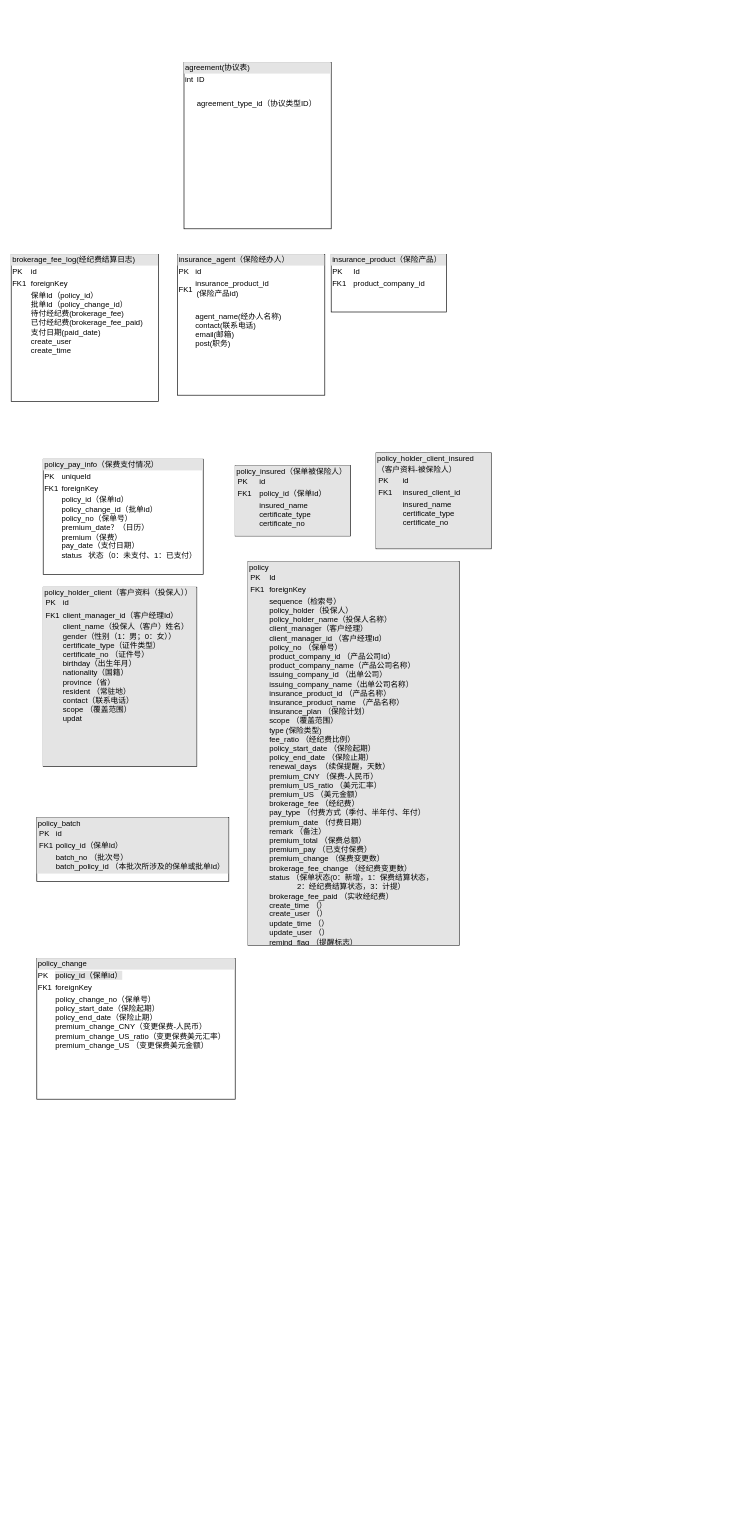
Before: page "Page-1" (1 of 2) of Untitled Diagram.drawio in bingsenxie/mytest, a draw.io diagram. Source tidied: cells renumbered, new cells numbered last; positions are measured from the earlier drawing's top-left corner, leaving out a move shared by most shapes. Both pictures are drawn from the tidied source at 64%, with x=0, y=0 at pixel (11, 62).
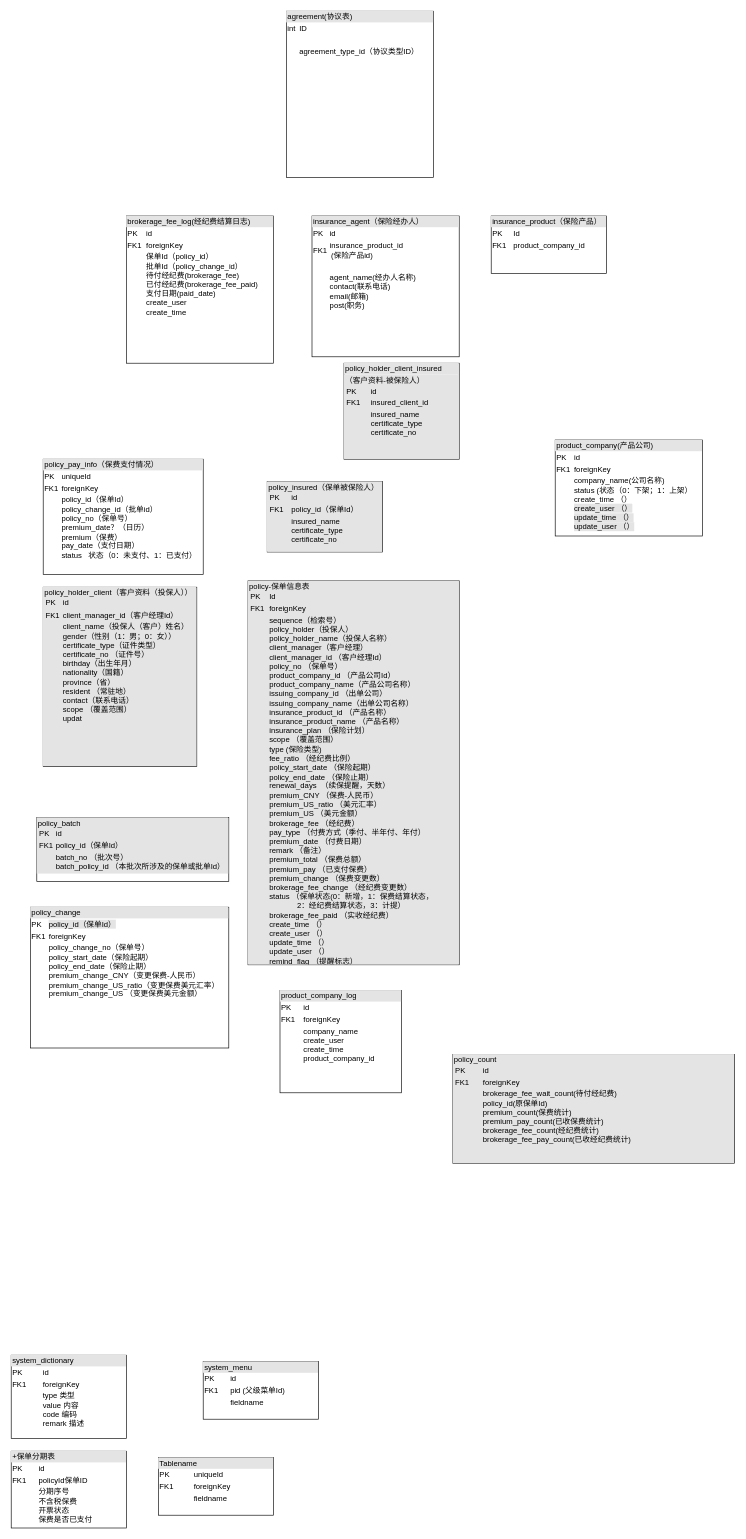
The same diagram, later.

Diff of the diagram source:
```diff
@@
 <mxGraphModel>
   <root>
     <mxCell id="0" />
     <mxCell id="1" parent="0" />
     <mxCell id="2" value="&lt;div style=&quot;box-sizing: border-box ; width: 100% ; background: #e4e4e4 ; padding: 2px&quot;&gt;agreement(协议表)&lt;/div&gt;&lt;table style=&quot;width: 100% ; font-size: 1em&quot; cellpadding=&quot;2&quot; cellspacing=&quot;0&quot;&gt;&lt;tbody&gt;&lt;tr&gt;&lt;td&gt;int&lt;/td&gt;&lt;td&gt;ID&lt;/td&gt;&lt;/tr&gt;&lt;tr&gt;&lt;td&gt;&lt;br&gt;&lt;/td&gt;&lt;td&gt;&lt;br&gt;&lt;/td&gt;&lt;/tr&gt;&lt;tr&gt;&lt;td&gt;&lt;/td&gt;&lt;td&gt;agreement_type_id（协议类型ID）&lt;br&gt;&lt;br&gt;&lt;/td&gt;&lt;/tr&gt;&lt;/tbody&gt;&lt;/table&gt;" style="verticalAlign=top;align=left;overflow=fill;html=1;" parent="1" vertex="1">
-      <mxGeometry x="270" width="230" height="260" as="geometry" />
+      <mxGeometry x="430" y="-80" width="230" height="260" as="geometry" />
     </mxCell>
     <mxCell id="3" value="&lt;div style=&quot;box-sizing: border-box ; width: 100% ; background: #e4e4e4 ; padding: 2px&quot;&gt;brokerage_fee_log(经纪费结算日志)&lt;/div&gt;&lt;table style=&quot;width: 100% ; font-size: 1em&quot; cellpadding=&quot;2&quot; cellspacing=&quot;0&quot;&gt;&lt;tbody&gt;&lt;tr&gt;&lt;td&gt;PK&lt;/td&gt;&lt;td&gt;id&lt;/td&gt;&lt;/tr&gt;&lt;tr&gt;&lt;td&gt;FK1&lt;/td&gt;&lt;td&gt;foreignKey&lt;/td&gt;&lt;/tr&gt;&lt;tr&gt;&lt;td&gt;&lt;/td&gt;&lt;td&gt;保单Id（policy_id）&lt;br&gt;批单Id（policy_change_id）&lt;br&gt;待付经纪费(brokerage_fee)&lt;br&gt;已付经纪费(brokerage_fee_paid)&lt;br&gt;支付日期(paid_date)&lt;br&gt;create_user&lt;br&gt;create_time&lt;br&gt;&lt;br&gt;&lt;/td&gt;&lt;/tr&gt;&lt;/tbody&gt;&lt;/table&gt;" style="verticalAlign=top;align=left;overflow=fill;html=1;" parent="1" vertex="1">
-      <mxGeometry y="300" width="230" height="230" as="geometry" />
+      <mxGeometry x="180" y="240" width="230" height="230" as="geometry" />
     </mxCell>
     <mxCell id="4" value="&lt;div style=&quot;box-sizing: border-box ; width: 100% ; background: #e4e4e4 ; padding: 2px&quot;&gt;insurance_agent（保险经办人）&lt;br&gt;&lt;/div&gt;&lt;table style=&quot;width: 100% ; font-size: 1em&quot; cellpadding=&quot;2&quot; cellspacing=&quot;0&quot;&gt;&lt;tbody&gt;&lt;tr&gt;&lt;td&gt;PK&lt;/td&gt;&lt;td&gt;id&lt;br&gt;&lt;/td&gt;&lt;/tr&gt;&lt;tr&gt;&lt;td&gt;FK1&lt;/td&gt;&lt;td&gt;insurance_product_id&lt;table cellpadding=&quot;2&quot; cellspacing=&quot;0&quot; style=&quot;font-size: 1em ; width: 230px&quot;&gt;&lt;tbody&gt;&lt;tr&gt;&lt;td&gt;(保险产品id)&lt;/td&gt;&lt;/tr&gt;&lt;/tbody&gt;&lt;/table&gt;&lt;/td&gt;&lt;/tr&gt;&lt;tr&gt;&lt;td&gt;&lt;br&gt;&lt;/td&gt;&lt;td&gt;&lt;br&gt;agent_name(经办人名称)&lt;br&gt;contact(联系电话)&lt;br&gt;email(邮箱)&lt;br&gt;post(职务)&lt;br&gt;&lt;br&gt;&lt;/td&gt;&lt;/tr&gt;&lt;/tbody&gt;&lt;/table&gt;" style="verticalAlign=top;align=left;overflow=fill;html=1;" parent="1" vertex="1">
-      <mxGeometry x="260" y="300" width="230" height="220" as="geometry" />
+      <mxGeometry x="470" y="240" width="230" height="220" as="geometry" />
     </mxCell>
     <mxCell id="5" value="&lt;div style=&quot;box-sizing: border-box ; width: 100% ; background: #e4e4e4 ; padding: 2px&quot;&gt;insurance_product（保险产品）&lt;br&gt;&lt;/div&gt;&lt;table style=&quot;width: 100% ; font-size: 1em&quot; cellpadding=&quot;2&quot; cellspacing=&quot;0&quot;&gt;&lt;tbody&gt;&lt;tr&gt;&lt;td&gt;PK&lt;/td&gt;&lt;td&gt;Id&lt;/td&gt;&lt;/tr&gt;&lt;tr&gt;&lt;td&gt;FK1&lt;/td&gt;&lt;td&gt;product_company_id&lt;/td&gt;&lt;/tr&gt;&lt;tr&gt;&lt;td&gt;&lt;/td&gt;&lt;td&gt;&lt;br&gt;&lt;br&gt;&lt;/td&gt;&lt;/tr&gt;&lt;/tbody&gt;&lt;/table&gt;" style="verticalAlign=top;align=left;overflow=fill;html=1;" parent="1" vertex="1">
-      <mxGeometry x="500" y="300" width="180" height="90" as="geometry" />
+      <mxGeometry x="750" y="240" width="180" height="90" as="geometry" />
     </mxCell>
     <mxCell id="6" value="&lt;div style=&quot;box-sizing: border-box ; width: 100% ; background: #e4e4e4 ; padding: 2px&quot;&gt;policy_pay_info（保费支付情况）&lt;br&gt;&lt;/div&gt;&lt;table style=&quot;width: 100% ; font-size: 1em&quot; cellpadding=&quot;2&quot; cellspacing=&quot;0&quot;&gt;&lt;tbody&gt;&lt;tr&gt;&lt;td&gt;PK&lt;/td&gt;&lt;td&gt;uniqueId&lt;/td&gt;&lt;/tr&gt;&lt;tr&gt;&lt;td&gt;FK1&lt;/td&gt;&lt;td&gt;foreignKey&lt;br&gt;&lt;/td&gt;&lt;/tr&gt;&lt;tr&gt;&lt;td&gt;&lt;br&gt;&lt;/td&gt;&lt;td&gt;policy_id（保单Id）&lt;br&gt;policy_change_id（批单id）&lt;br&gt;policy_no（保单号）&lt;br&gt;premium_date？（日历）&lt;br&gt;premium（保费）&lt;br&gt;pay_date（支付日期）&lt;br&gt;status&amp;nbsp; &amp;nbsp;状态（0：未支付、1：已支付）&lt;br&gt;&lt;br&gt;&lt;/td&gt;&lt;/tr&gt;&lt;/tbody&gt;&lt;/table&gt;" style="verticalAlign=top;align=left;overflow=fill;html=1;" parent="1" vertex="1">
       <mxGeometry x="50" y="620" width="250" height="180" as="geometry" />
     </mxCell>
     <mxCell id="7" value="&lt;div style=&quot;box-sizing: border-box ; width: 100% ; background: #e4e4e4 ; padding: 2px&quot;&gt;policy_insured（保单被保险人）&lt;table cellpadding=&quot;2&quot; cellspacing=&quot;0&quot; style=&quot;font-size: 1em ; width: 100%&quot;&gt;&lt;tbody&gt;&lt;tr&gt;&lt;td&gt;PK&lt;/td&gt;&lt;td&gt;id&lt;/td&gt;&lt;/tr&gt;&lt;tr&gt;&lt;td&gt;FK1&lt;/td&gt;&lt;td&gt;policy_id（保单Id）&lt;br&gt;&lt;/td&gt;&lt;/tr&gt;&lt;tr&gt;&lt;td&gt;&lt;/td&gt;&lt;td&gt;insured_name&lt;br&gt;certificate_type&lt;br&gt;certificate_no&lt;br&gt;&lt;br&gt;&lt;/td&gt;&lt;/tr&gt;&lt;/tbody&gt;&lt;/table&gt;&lt;/div&gt;" style="verticalAlign=top;align=left;overflow=fill;html=1;" parent="1" vertex="1">
-      <mxGeometry x="350" y="630" width="180" height="110" as="geometry" />
+      <mxGeometry x="400" y="655" width="180" height="110" as="geometry" />
     </mxCell>
     <mxCell id="8" value="&lt;div style=&quot;box-sizing: border-box ; width: 100% ; background: #e4e4e4 ; padding: 2px&quot;&gt;policy_holder_client_insured&lt;/div&gt;&lt;div style=&quot;box-sizing: border-box ; width: 100% ; background: #e4e4e4 ; padding: 2px&quot;&gt;（客户资料-被保险人）&lt;table cellpadding=&quot;2&quot; cellspacing=&quot;0&quot; style=&quot;font-size: 1em ; width: 100%&quot;&gt;&lt;tbody&gt;&lt;tr&gt;&lt;td&gt;PK&lt;/td&gt;&lt;td&gt;id&lt;/td&gt;&lt;/tr&gt;&lt;tr&gt;&lt;td&gt;FK1&lt;/td&gt;&lt;td&gt;insured_client_id&lt;br&gt;&lt;/td&gt;&lt;/tr&gt;&lt;tr&gt;&lt;td&gt;&lt;/td&gt;&lt;td&gt;insured_name&lt;br&gt;certificate_type&lt;br&gt;certificate_no&lt;br&gt;&lt;br&gt;&lt;br&gt;&lt;/td&gt;&lt;/tr&gt;&lt;/tbody&gt;&lt;/table&gt;&lt;/div&gt;" style="verticalAlign=top;align=left;overflow=fill;html=1;" parent="1" vertex="1">
-      <mxGeometry x="570" y="610" width="180" height="150" as="geometry" />
+      <mxGeometry x="520" y="470" width="180" height="150" as="geometry" />
     </mxCell>
     <mxCell id="9" value="&lt;div style=&quot;box-sizing: border-box ; width: 100% ; background: #e4e4e4 ; padding: 2px&quot;&gt;policy_holder_client（客户资料（投保人））&lt;table cellpadding=&quot;2&quot; cellspacing=&quot;0&quot; style=&quot;font-size: 1em ; width: 100%&quot;&gt;&lt;tbody&gt;&lt;tr&gt;&lt;td&gt;PK&lt;/td&gt;&lt;td&gt;id&lt;/td&gt;&lt;/tr&gt;&lt;tr&gt;&lt;td&gt;FK1&lt;/td&gt;&lt;td&gt;client_manager_id（客户经理Id）&lt;br&gt;&lt;/td&gt;&lt;/tr&gt;&lt;tr&gt;&lt;td&gt;&lt;/td&gt;&lt;td&gt;client_name（投保人（客户）姓名）&lt;br&gt;gender（性别（1：男；0：女））&lt;br&gt;certificate_type（证件类型）&lt;br&gt;certificate_no （证件号）&lt;br&gt;birthday（出生年月）&lt;br&gt;nationality（国籍）&lt;br&gt;province（省）&lt;br&gt;resident （常驻地）&lt;br&gt;contact（联系电话）&lt;br&gt;scope （覆盖范围）&lt;br&gt;updat&lt;br&gt;&lt;br&gt;&lt;br&gt;&lt;br&gt;&lt;br&gt;&lt;br&gt;&lt;br&gt;&lt;br&gt;&lt;br&gt;&lt;/td&gt;&lt;/tr&gt;&lt;/tbody&gt;&lt;/table&gt;&lt;/div&gt;" style="verticalAlign=top;align=left;overflow=fill;html=1;" parent="1" vertex="1">
       <mxGeometry x="50" y="820" width="240" height="280" as="geometry" />
     </mxCell>
-    <mxCell id="10" value="&lt;div style=&quot;box-sizing: border-box ; width: 100% ; background: #e4e4e4 ; padding: 2px&quot;&gt;policy&lt;table cellpadding=&quot;2&quot; cellspacing=&quot;0&quot; style=&quot;font-size: 1em ; width: 100%&quot;&gt;&lt;tbody&gt;&lt;tr&gt;&lt;td&gt;PK&lt;/td&gt;&lt;td&gt;Id&lt;/td&gt;&lt;/tr&gt;&lt;tr&gt;&lt;td&gt;FK1&lt;/td&gt;&lt;td&gt;foreignKey&lt;/td&gt;&lt;/tr&gt;&lt;tr&gt;&lt;td&gt;&lt;/td&gt;&lt;td&gt;sequence（检索号）&lt;br&gt;policy_holder（投保人）&lt;br&gt;policy_holder_name（投保人名称）&lt;br&gt;client_manager（客户经理）&lt;br&gt;client_manager_id （客户经理Id）&lt;br&gt;policy_no （保单号）&lt;br&gt;product_company_id （产品公司Id）&lt;br&gt;product_company_name（产品公司名称）&lt;br&gt;issuing_company_id （出单公司）&lt;br&gt;issuing_company_name（出单公司名称）&lt;br&gt;insurance_product_id （产品名称）&lt;br&gt;insurance_product_name （产品名称）&lt;br&gt;insurance_plan （保险计划）&lt;br&gt;scope （覆盖范围）&lt;br&gt;type (保险类型)&lt;br&gt;fee_ratio （经纪费比例）&lt;br&gt;policy_start_date （保险起期）&lt;br&gt;policy_end_date （保险止期）&lt;br&gt;renewal_days&amp;nbsp; （续保提醒，天数）&lt;br&gt;premium_CNY （保费-人民币）&lt;br&gt;premium_US_ratio （美元汇率）&lt;br&gt;premium_US （美元金额）&lt;br&gt;brokerage_fee （经纪费）&lt;br&gt;pay_type （付费方式（季付、半年付、年付）&lt;br&gt;premium_date （付费日期）&lt;br&gt;remark （备注）&lt;br&gt;premium_total （保费总额）&lt;br&gt;premium_pay （已支付保费）&lt;br&gt;premium_change （保费变更数）&lt;br&gt;brokerage_fee_change （经纪费变更数）&lt;br&gt;status （保单状态(0：新增，1：保费结算状态，&lt;br&gt;&amp;nbsp; &amp;nbsp; &amp;nbsp; &amp;nbsp; &amp;nbsp; &amp;nbsp; &amp;nbsp;2：经纪费结算状态，3：计提）&lt;br&gt;brokerage_fee_paid （实收经纪费）&lt;br&gt;create_time （）&lt;br&gt;create_user （）&lt;br&gt;update_time （）&lt;br&gt;update_user （）&lt;br&gt;remind_flag （提醒标志）&lt;br&gt;&lt;br&gt;&lt;br&gt;&lt;br&gt;&lt;br&gt;&lt;br&gt;&lt;/td&gt;&lt;/tr&gt;&lt;/tbody&gt;&lt;/table&gt;&lt;/div&gt;" style="verticalAlign=top;align=left;overflow=fill;html=1;" parent="1" vertex="1">
-      <mxGeometry x="370" y="780" width="330" height="600" as="geometry" />
+    <mxCell id="10" value="&lt;div style=&quot;box-sizing: border-box ; width: 100% ; background: #e4e4e4 ; padding: 2px&quot;&gt;policy-保单信息表&lt;table cellpadding=&quot;2&quot; cellspacing=&quot;0&quot; style=&quot;font-size: 1em ; width: 100%&quot;&gt;&lt;tbody&gt;&lt;tr&gt;&lt;td&gt;PK&lt;/td&gt;&lt;td&gt;Id&lt;/td&gt;&lt;/tr&gt;&lt;tr&gt;&lt;td&gt;FK1&lt;/td&gt;&lt;td&gt;foreignKey&lt;/td&gt;&lt;/tr&gt;&lt;tr&gt;&lt;td&gt;&lt;/td&gt;&lt;td&gt;sequence（检索号）&lt;br&gt;policy_holder（投保人）&lt;br&gt;policy_holder_name（投保人名称）&lt;br&gt;client_manager（客户经理）&lt;br&gt;client_manager_id （客户经理Id）&lt;br&gt;policy_no （保单号）&lt;br&gt;product_company_id （产品公司Id）&lt;br&gt;product_company_name（产品公司名称）&lt;br&gt;issuing_company_id （出单公司）&lt;br&gt;issuing_company_name（出单公司名称）&lt;br&gt;insurance_product_id （产品名称）&lt;br&gt;insurance_product_name （产品名称）&lt;br&gt;insurance_plan （保险计划）&lt;br&gt;scope （覆盖范围）&lt;br&gt;type (保险类型)&lt;br&gt;fee_ratio （经纪费比例）&lt;br&gt;policy_start_date （保险起期）&lt;br&gt;policy_end_date （保险止期）&lt;br&gt;renewal_days&amp;nbsp; （续保提醒，天数）&lt;br&gt;premium_CNY （保费-人民币）&lt;br&gt;premium_US_ratio （美元汇率）&lt;br&gt;premium_US （美元金额）&lt;br&gt;brokerage_fee （经纪费）&lt;br&gt;pay_type （付费方式（季付、半年付、年付）&lt;br&gt;premium_date （付费日期）&lt;br&gt;remark （备注）&lt;br&gt;premium_total （保费总额）&lt;br&gt;premium_pay （已支付保费）&lt;br&gt;premium_change （保费变更数）&lt;br&gt;brokerage_fee_change （经纪费变更数）&lt;br&gt;status （保单状态(0：新增，1：保费结算状态，&lt;br&gt;&amp;nbsp; &amp;nbsp; &amp;nbsp; &amp;nbsp; &amp;nbsp; &amp;nbsp; &amp;nbsp;2：经纪费结算状态，3：计提）&lt;br&gt;brokerage_fee_paid （实收经纪费）&lt;br&gt;create_time （）&lt;br&gt;create_user （）&lt;br&gt;update_time （）&lt;br&gt;update_user （）&lt;br&gt;remind_flag （提醒标志）&lt;br&gt;&lt;br&gt;&lt;br&gt;&lt;br&gt;&lt;br&gt;&lt;br&gt;&lt;/td&gt;&lt;/tr&gt;&lt;/tbody&gt;&lt;/table&gt;&lt;/div&gt;" style="verticalAlign=top;align=left;overflow=fill;html=1;" parent="1" vertex="1">
+      <mxGeometry x="370" y="810" width="330" height="600" as="geometry" />
     </mxCell>
     <mxCell id="11" value="&lt;div style=&quot;box-sizing: border-box ; width: 100% ; background: #e4e4e4 ; padding: 2px&quot;&gt;policy_batch&lt;table cellpadding=&quot;2&quot; cellspacing=&quot;0&quot; style=&quot;font-size: 1em ; width: 100%&quot;&gt;&lt;tbody&gt;&lt;tr&gt;&lt;td&gt;PK&lt;/td&gt;&lt;td&gt;id&lt;/td&gt;&lt;/tr&gt;&lt;tr&gt;&lt;td&gt;FK1&lt;/td&gt;&lt;td&gt;policy_id（保单Id）&lt;br&gt;&lt;/td&gt;&lt;/tr&gt;&lt;tr&gt;&lt;td&gt;&lt;/td&gt;&lt;td&gt;batch_no （批次号）&lt;br&gt;batch_policy_id （本批次所涉及的保单或批单Id）&lt;br&gt;&lt;/td&gt;&lt;/tr&gt;&lt;/tbody&gt;&lt;/table&gt;&lt;/div&gt;" style="verticalAlign=top;align=left;overflow=fill;html=1;" parent="1" vertex="1">
       <mxGeometry x="40" y="1180" width="300" height="100" as="geometry" />
     </mxCell>
     <mxCell id="12" value="&lt;div style=&quot;box-sizing: border-box ; width: 100% ; background: #e4e4e4 ; padding: 2px&quot;&gt;policy_change&lt;br&gt;&lt;/div&gt;&lt;table style=&quot;width: 100% ; font-size: 1em&quot; cellpadding=&quot;2&quot; cellspacing=&quot;0&quot;&gt;&lt;tbody&gt;&lt;tr&gt;&lt;td&gt;PK&lt;/td&gt;&lt;td&gt;&lt;span style=&quot;background-color: rgb(228 , 228 , 228)&quot;&gt;policy_id（保单Id）&lt;/span&gt;&lt;br&gt;&lt;/td&gt;&lt;/tr&gt;&lt;tr&gt;&lt;td&gt;FK1&lt;/td&gt;&lt;td&gt;foreignKey&lt;/td&gt;&lt;/tr&gt;&lt;tr&gt;&lt;td&gt;&lt;/td&gt;&lt;td&gt;policy_change_no（保单号）&lt;br&gt;policy_start_date（保险起期）&lt;br&gt;policy_end_date（保险止期）&lt;br&gt;premium_change_CNY（变更保费-人民币）&lt;br&gt;premium_change_US_ratio（变更保费美元汇率）&lt;br&gt;premium_change_US （变更保费美元金额）&lt;br&gt;&lt;/td&gt;&lt;/tr&gt;&lt;/tbody&gt;&lt;/table&gt;" style="verticalAlign=top;align=left;overflow=fill;html=1;" parent="1" vertex="1">
-      <mxGeometry x="40" y="1400" width="310" height="220" as="geometry" />
+      <mxGeometry x="30" y="1320" width="310" height="220" as="geometry" />
     </mxCell>
+    <mxCell id="13" value="&lt;div style=&quot;box-sizing: border-box ; width: 100% ; background: #e4e4e4 ; padding: 2px&quot;&gt;product_company(产品公司)&lt;/div&gt;&lt;table style=&quot;width: 100% ; font-size: 1em&quot; cellpadding=&quot;2&quot; cellspacing=&quot;0&quot;&gt;&lt;tbody&gt;&lt;tr&gt;&lt;td&gt;PK&lt;/td&gt;&lt;td&gt;id&lt;/td&gt;&lt;/tr&gt;&lt;tr&gt;&lt;td&gt;FK1&lt;/td&gt;&lt;td&gt;foreignKey&lt;/td&gt;&lt;/tr&gt;&lt;tr&gt;&lt;td&gt;&lt;/td&gt;&lt;td&gt;company_name(公司名称)&lt;br&gt;status (状态（0：下架；1：上架）&lt;br&gt;create_time （）&lt;br style=&quot;background-color: rgb(228 , 228 , 228)&quot;&gt;&lt;span style=&quot;background-color: rgb(228 , 228 , 228)&quot;&gt;create_user （）&lt;/span&gt;&lt;br style=&quot;background-color: rgb(228 , 228 , 228)&quot;&gt;&lt;span style=&quot;background-color: rgb(228 , 228 , 228)&quot;&gt;update_time （）&lt;/span&gt;&lt;br style=&quot;background-color: rgb(228 , 228 , 228)&quot;&gt;&lt;span style=&quot;background-color: rgb(228 , 228 , 228)&quot;&gt;update_user （）&lt;/span&gt;&lt;br&gt;&lt;/td&gt;&lt;/tr&gt;&lt;/tbody&gt;&lt;/table&gt;" style="verticalAlign=top;align=left;overflow=fill;html=1;" parent="1" vertex="1">
+      <mxGeometry x="850" y="590" width="230" height="150" as="geometry" />
+    </mxCell>
+    <mxCell id="14" value="&lt;div style=&quot;box-sizing: border-box ; width: 100% ; background: #e4e4e4 ; padding: 2px&quot;&gt;product_company_log&lt;br&gt;&lt;/div&gt;&lt;table style=&quot;width: 100% ; font-size: 1em&quot; cellpadding=&quot;2&quot; cellspacing=&quot;0&quot;&gt;&lt;tbody&gt;&lt;tr&gt;&lt;td&gt;PK&lt;/td&gt;&lt;td&gt;id&lt;/td&gt;&lt;/tr&gt;&lt;tr&gt;&lt;td&gt;FK1&lt;/td&gt;&lt;td&gt;foreignKey&lt;/td&gt;&lt;/tr&gt;&lt;tr&gt;&lt;td&gt;&lt;/td&gt;&lt;td&gt;company_name&lt;br&gt;create_user&lt;br&gt;create_time&lt;br&gt;product_company_id&lt;br&gt;&lt;br&gt;&lt;/td&gt;&lt;/tr&gt;&lt;/tbody&gt;&lt;/table&gt;" style="verticalAlign=top;align=left;overflow=fill;html=1;" parent="1" vertex="1">
+      <mxGeometry x="420" y="1450" width="190" height="160" as="geometry" />
+    </mxCell>
+    <mxCell id="15" value="&lt;div style=&quot;box-sizing: border-box ; width: 100% ; background: #e4e4e4 ; padding: 2px&quot;&gt;policy_count&lt;table cellpadding=&quot;2&quot; cellspacing=&quot;0&quot; style=&quot;font-size: 1em ; width: 100%&quot;&gt;&lt;tbody&gt;&lt;tr&gt;&lt;td&gt;PK&lt;/td&gt;&lt;td&gt;id&lt;/td&gt;&lt;/tr&gt;&lt;tr&gt;&lt;td&gt;FK1&lt;/td&gt;&lt;td&gt;foreignKey&lt;/td&gt;&lt;/tr&gt;&lt;tr&gt;&lt;td&gt;&lt;/td&gt;&lt;td&gt;brokerage_fee_wait_count(待付经纪费)&lt;br&gt;policy_id(原保单Id)&lt;br&gt;premium_count(保费统计)&lt;br&gt;premium_pay_count(已收保费统计)&lt;br&gt;brokerage_fee_count(经纪费统计)&lt;br&gt;brokerage_fee_pay_count(已收经纪费统计)&lt;br&gt;&lt;br&gt;&lt;br&gt;&lt;/td&gt;&lt;/tr&gt;&lt;/tbody&gt;&lt;/table&gt;&lt;/div&gt;" style="verticalAlign=top;align=left;overflow=fill;html=1;" parent="1" vertex="1">
+      <mxGeometry x="690" y="1550" width="440" height="170" as="geometry" />
+    </mxCell>
+    <mxCell id="16" value="&lt;div style=&quot;box-sizing: border-box ; width: 100% ; background: #e4e4e4 ; padding: 2px&quot;&gt;system_dictionary&amp;nbsp;&lt;br&gt;&lt;/div&gt;&lt;table style=&quot;width: 100% ; font-size: 1em&quot; cellpadding=&quot;2&quot; cellspacing=&quot;0&quot;&gt;&lt;tbody&gt;&lt;tr&gt;&lt;td&gt;PK&lt;/td&gt;&lt;td&gt;id&lt;/td&gt;&lt;/tr&gt;&lt;tr&gt;&lt;td&gt;FK1&lt;/td&gt;&lt;td&gt;foreignKey&lt;/td&gt;&lt;/tr&gt;&lt;tr&gt;&lt;td&gt;&lt;/td&gt;&lt;td&gt;type 类型&lt;br&gt;value 内容&lt;br&gt;code 编码&lt;br&gt;remark 描述&amp;nbsp;&lt;br&gt;&lt;br&gt;&lt;/td&gt;&lt;/tr&gt;&lt;/tbody&gt;&lt;/table&gt;" style="verticalAlign=top;align=left;overflow=fill;html=1;" parent="1" vertex="1">
+      <mxGeometry y="2020" width="180" height="130" as="geometry" />
+    </mxCell>
+    <mxCell id="17" value="&lt;div style=&quot;box-sizing: border-box ; width: 100% ; background: #e4e4e4 ; padding: 2px&quot;&gt;system_menu&lt;/div&gt;&lt;table style=&quot;width: 100% ; font-size: 1em&quot; cellpadding=&quot;2&quot; cellspacing=&quot;0&quot;&gt;&lt;tbody&gt;&lt;tr&gt;&lt;td&gt;PK&lt;/td&gt;&lt;td&gt;id&lt;/td&gt;&lt;/tr&gt;&lt;tr&gt;&lt;td&gt;FK1&lt;/td&gt;&lt;td&gt;pid (父级菜单Id)&lt;/td&gt;&lt;/tr&gt;&lt;tr&gt;&lt;td&gt;&lt;/td&gt;&lt;td&gt;fieldname&lt;/td&gt;&lt;/tr&gt;&lt;/tbody&gt;&lt;/table&gt;" style="verticalAlign=top;align=left;overflow=fill;html=1;" parent="1" vertex="1">
+      <mxGeometry x="300" y="2030" width="180" height="90" as="geometry" />
+    </mxCell>
+    <mxCell id="18" value="&lt;div style=&quot;box-sizing: border-box ; width: 100% ; background: #e4e4e4 ; padding: 2px&quot;&gt;+保单分期表&lt;/div&gt;&lt;table style=&quot;width: 100% ; font-size: 1em&quot; cellpadding=&quot;2&quot; cellspacing=&quot;0&quot;&gt;&lt;tbody&gt;&lt;tr&gt;&lt;td&gt;PK&lt;/td&gt;&lt;td&gt;id&lt;/td&gt;&lt;/tr&gt;&lt;tr&gt;&lt;td&gt;FK1&lt;/td&gt;&lt;td&gt;policyId保单ID&lt;/td&gt;&lt;/tr&gt;&lt;tr&gt;&lt;td&gt;&lt;/td&gt;&lt;td&gt;分期序号&lt;br&gt;不含税保费&lt;br&gt;开票状态&lt;br&gt;保费是否已支付&lt;br&gt;&lt;/td&gt;&lt;/tr&gt;&lt;/tbody&gt;&lt;/table&gt;" style="verticalAlign=top;align=left;overflow=fill;html=1;" parent="1" vertex="1">
+      <mxGeometry y="2170" width="180" height="120" as="geometry" />
+    </mxCell>
+    <mxCell id="19" value="&lt;div style=&quot;box-sizing:border-box;width:100%;background:#e4e4e4;padding:2px;&quot;&gt;Tablename&lt;/div&gt;&lt;table style=&quot;width:100%;font-size:1em;&quot; cellpadding=&quot;2&quot; cellspacing=&quot;0&quot;&gt;&lt;tr&gt;&lt;td&gt;PK&lt;/td&gt;&lt;td&gt;uniqueId&lt;/td&gt;&lt;/tr&gt;&lt;tr&gt;&lt;td&gt;FK1&lt;/td&gt;&lt;td&gt;foreignKey&lt;/td&gt;&lt;/tr&gt;&lt;tr&gt;&lt;td&gt;&lt;/td&gt;&lt;td&gt;fieldname&lt;/td&gt;&lt;/tr&gt;&lt;/table&gt;" style="verticalAlign=top;align=left;overflow=fill;html=1;" parent="1" vertex="1">
+      <mxGeometry x="230" y="2180" width="180" height="90" as="geometry" />
+    </mxCell>
   </root>
 </mxGraphModel>
```
